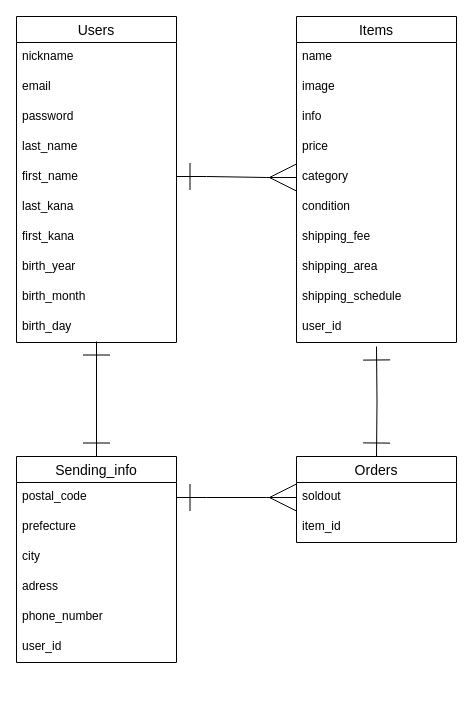
Earlier version of the draw.io diagram furima.dio (t-hoshino206/furima-37588). Source tidied: cells renumbered, new cells numbered last; positions are measured from the earlier drawing's top-left corner, leaving out a move shared by most shapes. Both pictures are drawn from the tidied source at 100%, with x=0, y=0 at pixel (16, 16).
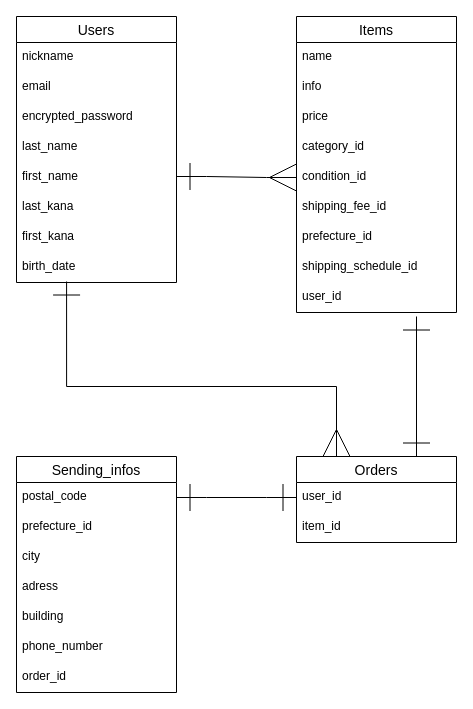
Above is the later version.

Commit message (it also covers changes not shown here):
コードレビュー修正

The change refers to these unchanged cells:
```xml
<mxCell id="24" value="Orders" style="swimlane;fontStyle=0;horizontal=1;startSize=26;align=center;fontSize=14;" parent="1" vertex="1">
  <mxGeometry x="280" y="440" width="160" height="86" as="geometry" />
</mxCell>
<mxCell id="28" value="postal_code" style="text;strokeColor=none;fillColor=none;spacingLeft=4;spacingRight=4;overflow=hidden;points=[[0,0.5],[1,0.5]];portConstraint=eastwest;fontSize=12;" parent="27" vertex="1">
  <mxGeometry y="26" width="160" height="30" as="geometry" />
</mxCell>
```

Change to the diagram source:
```diff
@@
     <mxCell id="2" value="Users" style="swimlane;fontStyle=0;horizontal=1;startSize=26;align=center;fontSize=14;" parent="1" vertex="1">
-      <mxGeometry width="160" height="326" as="geometry" />
+      <mxGeometry width="160" height="266" as="geometry" />
     </mxCell>
@@
-    <mxCell id="5" value="password" style="text;strokeColor=none;fillColor=none;spacingLeft=4;spacingRight=4;overflow=hidden;fontSize=12;" parent="2" vertex="1">
+    <mxCell id="5" value="encrypted_password" style="text;strokeColor=none;fillColor=none;spacingLeft=4;spacingRight=4;overflow=hidden;fontSize=12;" parent="2" vertex="1">
       <mxGeometry y="86" width="160" height="30" as="geometry" />
     </mxCell>
@@
-    <mxCell id="10" value="birth_year" style="text;strokeColor=none;fillColor=none;spacingLeft=4;spacingRight=4;overflow=hidden;points=[[0,0.5],[1,0.5]];portConstraint=eastwest;fontSize=12;" parent="2" vertex="1">
+    <mxCell id="10" value="birth_date" style="text;strokeColor=none;fillColor=none;spacingLeft=4;spacingRight=4;overflow=hidden;points=[[0,0.5],[1,0.5]];portConstraint=eastwest;fontSize=12;" parent="2" vertex="1">
       <mxGeometry y="236" width="160" height="30" as="geometry" />
     </mxCell>
-    <mxCell id="11" value="birth_month" style="text;strokeColor=none;fillColor=none;spacingLeft=4;spacingRight=4;overflow=hidden;fontSize=12;" parent="2" vertex="1">
-      <mxGeometry y="266" width="160" height="30" as="geometry" />
-    </mxCell>
-    <mxCell id="12" value="birth_day" style="text;strokeColor=none;fillColor=none;spacingLeft=4;spacingRight=4;overflow=hidden;points=[[0,0.5],[1,0.5]];portConstraint=eastwest;fontSize=12;" parent="2" vertex="1">
-      <mxGeometry y="296" width="160" height="30" as="geometry" />
-    </mxCell>
     <mxCell id="13" value="Items" style="swimlane;fontStyle=0;horizontal=1;startSize=26;align=center;fontSize=14;" parent="1" vertex="1">
-      <mxGeometry x="280" width="160" height="326" as="geometry" />
+      <mxGeometry x="280" width="160" height="296" as="geometry" />
     </mxCell>
@@
-    <mxCell id="15" value="image" style="text;strokeColor=none;fillColor=none;spacingLeft=4;spacingRight=4;overflow=hidden;fontSize=12;" parent="13" vertex="1">
-      <mxGeometry y="56" width="160" height="30" as="geometry" />
-    </mxCell>
     <mxCell id="16" value="info" style="text;strokeColor=none;fillColor=none;spacingLeft=4;spacingRight=4;overflow=hidden;fontSize=12;" parent="13" vertex="1">
-      <mxGeometry y="86" width="160" height="30" as="geometry" />
+      <mxGeometry y="56" width="160" height="30" as="geometry" />
     </mxCell>
     <mxCell id="17" value="price" style="text;strokeColor=none;fillColor=none;spacingLeft=4;spacingRight=4;overflow=hidden;fontSize=12;" parent="13" vertex="1">
-      <mxGeometry y="116" width="160" height="30" as="geometry" />
+      <mxGeometry y="86" width="160" height="30" as="geometry" />
     </mxCell>
-    <mxCell id="18" value="category" style="text;strokeColor=none;fillColor=none;spacingLeft=4;spacingRight=4;overflow=hidden;points=[[0,0.5],[1,0.5]];portConstraint=eastwest;fontSize=12;" parent="13" vertex="1">
-      <mxGeometry y="146" width="160" height="30" as="geometry" />
+    <mxCell id="18" value="category_id" style="text;strokeColor=none;fillColor=none;spacingLeft=4;spacingRight=4;overflow=hidden;points=[[0,0.5],[1,0.5]];portConstraint=eastwest;fontSize=12;" parent="13" vertex="1">
+      <mxGeometry y="116" width="160" height="30" as="geometry" />
     </mxCell>
-    <mxCell id="19" value="condition" style="text;strokeColor=none;fillColor=none;spacingLeft=4;spacingRight=4;overflow=hidden;points=[[0,0.5],[1,0.5]];portConstraint=eastwest;fontSize=12;" parent="13" vertex="1">
-      <mxGeometry y="176" width="160" height="30" as="geometry" />
+    <mxCell id="19" value="condition_id" style="text;strokeColor=none;fillColor=none;spacingLeft=4;spacingRight=4;overflow=hidden;points=[[0,0.5],[1,0.5]];portConstraint=eastwest;fontSize=12;" parent="13" vertex="1">
+      <mxGeometry y="146" width="160" height="30" as="geometry" />
     </mxCell>
-    <mxCell id="20" value="shipping_fee" style="text;strokeColor=none;fillColor=none;spacingLeft=4;spacingRight=4;overflow=hidden;fontSize=12;" parent="13" vertex="1">
-      <mxGeometry y="206" width="160" height="30" as="geometry" />
+    <mxCell id="20" value="shipping_fee_id" style="text;strokeColor=none;fillColor=none;spacingLeft=4;spacingRight=4;overflow=hidden;fontSize=12;" parent="13" vertex="1">
+      <mxGeometry y="176" width="160" height="30" as="geometry" />
     </mxCell>
-    <mxCell id="21" value="shipping_area" style="text;strokeColor=none;fillColor=none;spacingLeft=4;spacingRight=4;overflow=hidden;fontSize=12;" parent="13" vertex="1">
-      <mxGeometry y="236" width="160" height="30" as="geometry" />
+    <mxCell id="21" value="prefecture_id" style="text;strokeColor=none;fillColor=none;spacingLeft=4;spacingRight=4;overflow=hidden;fontSize=12;" parent="13" vertex="1">
+      <mxGeometry y="206" width="160" height="30" as="geometry" />
     </mxCell>
-    <mxCell id="22" value="shipping_schedule" style="text;strokeColor=none;fillColor=none;spacingLeft=4;spacingRight=4;overflow=hidden;fontSize=12;" parent="13" vertex="1">
-      <mxGeometry y="266" width="160" height="30" as="geometry" />
+    <mxCell id="22" value="shipping_schedule_id" style="text;strokeColor=none;fillColor=none;spacingLeft=4;spacingRight=4;overflow=hidden;fontSize=12;" parent="13" vertex="1">
+      <mxGeometry y="236" width="160" height="30" as="geometry" />
     </mxCell>
     <mxCell id="23" value="user_id" style="text;strokeColor=none;fillColor=none;spacingLeft=4;spacingRight=4;overflow=hidden;fontSize=12;" parent="13" vertex="1">
-      <mxGeometry y="296" width="160" height="30" as="geometry" />
+      <mxGeometry y="266" width="160" height="30" as="geometry" />
     </mxCell>
@@
-    <mxCell id="25" value="soldout" style="text;strokeColor=none;fillColor=none;spacingLeft=4;spacingRight=4;overflow=hidden;points=[[0,0.5],[1,0.5]];portConstraint=eastwest;fontSize=12;" parent="24" vertex="1">
+    <mxCell id="25" value="user_id" style="text;strokeColor=none;fillColor=none;spacingLeft=4;spacingRight=4;overflow=hidden;points=[[0,0.5],[1,0.5]];portConstraint=eastwest;fontSize=12;" parent="24" vertex="1">
       <mxGeometry y="26" width="160" height="30" as="geometry" />
     </mxCell>
@@
-    <mxCell id="27" value="Sending_info" style="swimlane;fontStyle=0;horizontal=1;startSize=26;align=center;fontSize=14;" parent="1" vertex="1">
-      <mxGeometry y="440" width="160" height="206" as="geometry" />
+    <mxCell id="27" value="Sending_infos" style="swimlane;fontStyle=0;horizontal=1;startSize=26;align=center;fontSize=14;" parent="1" vertex="1">
+      <mxGeometry y="440" width="160" height="236" as="geometry" />
     </mxCell>
@@
-    <mxCell id="29" value="prefecture" style="text;strokeColor=none;fillColor=none;spacingLeft=4;spacingRight=4;overflow=hidden;fontSize=12;" parent="27" vertex="1">
+    <mxCell id="29" value="prefecture_id" style="text;strokeColor=none;fillColor=none;spacingLeft=4;spacingRight=4;overflow=hidden;fontSize=12;" parent="27" vertex="1">
       <mxGeometry y="56" width="160" height="30" as="geometry" />
     </mxCell>
@@
+    <mxCell id="38" value="building" style="text;strokeColor=none;fillColor=none;spacingLeft=4;spacingRight=4;overflow=hidden;fontSize=12;" parent="27" vertex="1">
+      <mxGeometry y="146" width="160" height="30" as="geometry" />
+    </mxCell>
     <mxCell id="32" value="phone_number" style="text;strokeColor=none;fillColor=none;spacingLeft=4;spacingRight=4;overflow=hidden;fontSize=12;" parent="27" vertex="1">
-      <mxGeometry y="146" width="160" height="30" as="geometry" />
+      <mxGeometry y="176" width="160" height="30" as="geometry" />
     </mxCell>
-    <mxCell id="33" value="user_id" style="text;strokeColor=none;fillColor=none;spacingLeft=4;spacingRight=4;overflow=hidden;fontSize=12;" parent="27" vertex="1">
-      <mxGeometry y="176" width="160" height="30" as="geometry" />
-    </mxCell>
+    <mxCell id="39" value="order_id" style="text;strokeColor=none;fillColor=none;spacingLeft=4;spacingRight=4;overflow=hidden;fontSize=12;" parent="27" vertex="1">
+      <mxGeometry y="206" width="160" height="30" as="geometry" />
+    </mxCell>
-    <mxCell id="34" style="edgeStyle=entityRelationEdgeStyle;fontSize=12;html=1;endArrow=ERmany;endFill=0;rounded=0;startSize=25;endSize=25;strokeWidth=1;jumpStyle=none;jumpSize=15;entryX=0;entryY=0.5;entryDx=0;entryDy=0;startArrow=ERone;startFill=0;" parent="1" edge="1" target="18">
+    <mxCell id="34" style="edgeStyle=entityRelationEdgeStyle;fontSize=12;html=1;endArrow=ERmany;endFill=0;rounded=0;startSize=25;endSize=25;strokeWidth=1;jumpStyle=none;jumpSize=15;entryX=0;entryY=0.5;entryDx=0;entryDy=0;startArrow=ERone;startFill=0;" parent="1" edge="1" target="19">
       <mxGeometry relative="1" as="geometry">
         <mxPoint x="160" y="160" as="sourcePoint" />
       </mxGeometry>
     </mxCell>
-    <mxCell id="35" style="edgeStyle=entityRelationEdgeStyle;fontSize=12;html=1;endArrow=ERmany;endFill=0;rounded=0;startSize=25;endSize=25;strokeWidth=1;jumpStyle=none;jumpSize=15;entryX=0;entryY=0.5;entryDx=0;entryDy=0;startArrow=ERone;startFill=0;exitX=1;exitY=0.5;exitDx=0;exitDy=0;" parent="1" edge="1" source="28" target="25">
+    <mxCell id="35" style="edgeStyle=entityRelationEdgeStyle;fontSize=12;html=1;endArrow=ERone;endFill=0;rounded=0;startSize=25;endSize=25;strokeWidth=1;jumpStyle=none;jumpSize=15;entryX=0;entryY=0.5;entryDx=0;entryDy=0;startArrow=ERone;startFill=0;exitX=1;exitY=0.5;exitDx=0;exitDy=0;" parent="1" edge="1" source="28" target="25">
       <mxGeometry relative="1" as="geometry" />
     </mxCell>
-    <mxCell id="36" style="edgeStyle=orthogonalEdgeStyle;fontSize=12;html=1;endArrow=ERone;endFill=1;rounded=0;startSize=25;endSize=25;strokeWidth=1;jumpStyle=none;jumpSize=15;exitX=0.5;exitY=0.967;exitDx=0;exitDy=0;exitPerimeter=0;entryX=0.5;entryY=0;entryDx=0;entryDy=0;startArrow=ERone;startFill=0;" parent="1" edge="1" source="12" target="27">
-      <mxGeometry relative="1" as="geometry" />
-    </mxCell>
-    <mxCell id="37" style="edgeStyle=orthogonalEdgeStyle;fontSize=12;html=1;endArrow=ERone;endFill=1;rounded=0;startSize=25;endSize=25;strokeWidth=1;jumpStyle=none;jumpSize=15;entryX=0.5;entryY=0;entryDx=0;entryDy=0;startArrow=ERone;startFill=0;" parent="1" edge="1" target="24">
-      <mxGeometry relative="1" as="geometry">
-        <mxPoint x="360" y="330" as="sourcePoint" />
-      </mxGeometry>
-    </mxCell>
+    <mxCell id="40" style="edgeStyle=orthogonalEdgeStyle;fontSize=12;html=1;endArrow=ERmany;endFill=0;rounded=0;startSize=25;endSize=25;strokeWidth=1;jumpStyle=none;jumpSize=15;startArrow=ERone;startFill=0;exitX=0.313;exitY=0.967;exitDx=0;exitDy=0;exitPerimeter=0;" parent="1" edge="1" source="10">
+      <mxGeometry relative="1" as="geometry">
+        <mxPoint x="320" y="440" as="targetPoint" />
+        <Array as="points">
+          <mxPoint x="50" y="370" />
+          <mxPoint x="320" y="370" />
+        </Array>
+      </mxGeometry>
+    </mxCell>
+    <mxCell id="41" style="fontSize=12;html=1;endArrow=ERone;endFill=1;exitX=0.75;exitY=0;exitDx=0;exitDy=0;endSize=25;startSize=25;startArrow=ERone;startFill=0;" parent="1" edge="1" source="24">
+      <mxGeometry relative="1" as="geometry">
+        <mxPoint x="400" y="300" as="targetPoint" />
+      </mxGeometry>
+    </mxCell>
```
